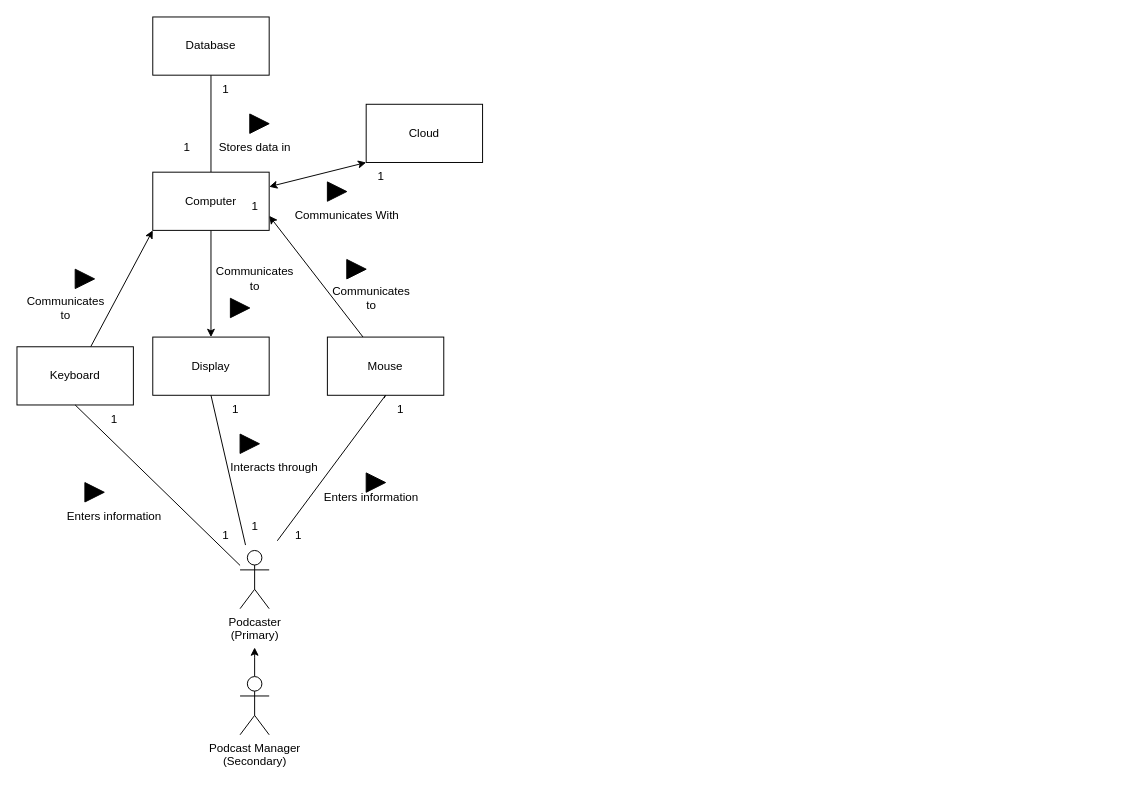
The draw.io diagram D3-SystemContextClassModel/systemcontext.drawio in Glizzus/COMP-3700, before the edit. Source tidied: cells renumbered, new cells numbered last; positions are measured from the earlier drawing's top-left corner, leaving out a move shared by most shapes. Both pictures are drawn from the tidied source at 97%, with x=0, y=0 at pixel (16, 16).
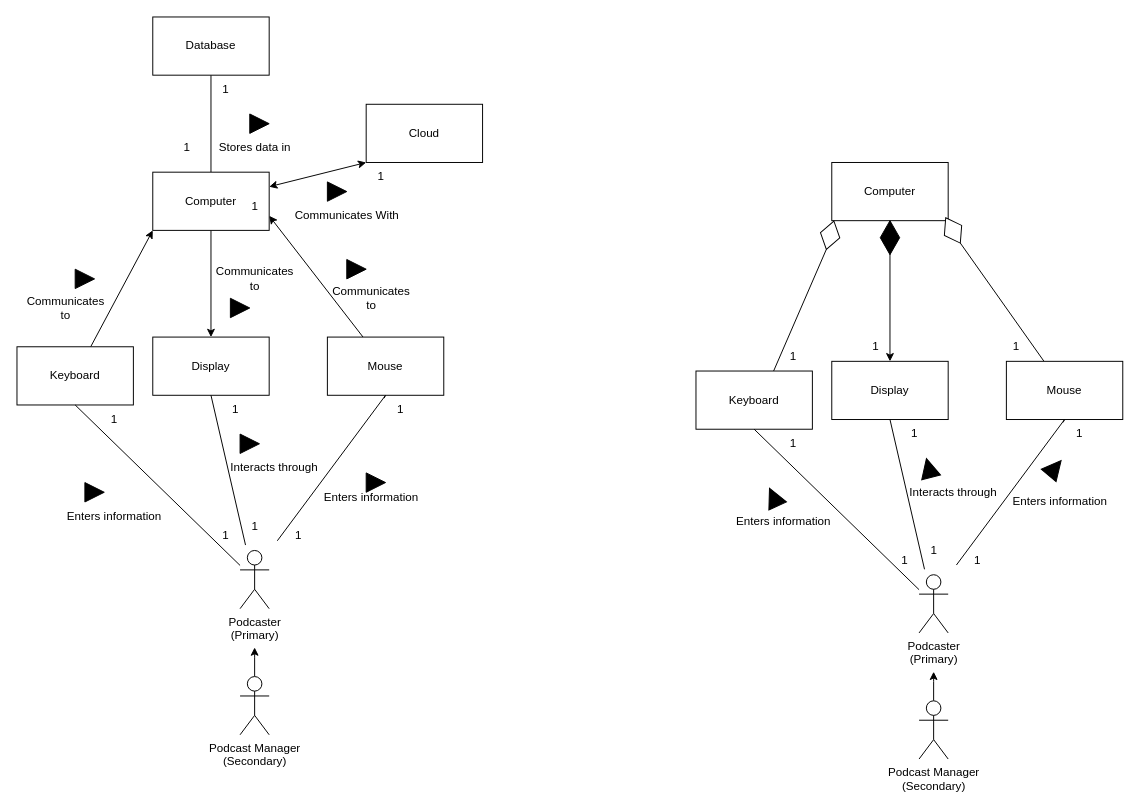
The same diagram, later.

Commit message:
copied old diagram over to system context

Change to the diagram source:
```diff
@@
+    <mxCell id="47" style="rounded=0;orthogonalLoop=1;jettySize=auto;html=1;entryX=0.5;entryY=1;entryDx=0;entryDy=0;endArrow=none;endFill=0;" parent="1" edge="1">
+      <mxGeometry relative="1" as="geometry">
+        <mxPoint x="1078.5" y="418" as="sourcePoint" />
+        <mxPoint x="1080" y="415" as="targetPoint" />
+      </mxGeometry>
+    </mxCell>
+    <mxCell id="48" value="Podcaster&lt;br&gt;(Primary)" style="shape=umlActor;verticalLabelPosition=bottom;verticalAlign=top;html=1;outlineConnect=0;" parent="1" vertex="1">
+      <mxGeometry x="930" y="575" width="30" height="60" as="geometry" />
+    </mxCell>
+    <mxCell id="49" value="1" style="text;html=1;align=center;verticalAlign=middle;strokeColor=none;fillColor=none;" parent="1" vertex="1">
+      <mxGeometry x="900" y="545" width="30" height="30" as="geometry" />
+    </mxCell>
+    <mxCell id="50" value="1" style="text;html=1;align=center;verticalAlign=middle;points=[];strokeColor=none;fillColor=none;" parent="1" vertex="1">
+      <mxGeometry x="930" y="535" width="30" height="30" as="geometry" />
+    </mxCell>
+    <mxCell id="51" value="1" style="text;html=1;align=center;verticalAlign=middle;strokeColor=none;fillColor=none;" parent="1" vertex="1">
+      <mxGeometry x="975" y="545" width="30" height="30" as="geometry" />
+    </mxCell>
+    <mxCell id="52" style="rounded=0;jettySize=auto;html=1;entryX=0.5;entryY=1;entryDx=0;entryDy=0;exitX=0.667;exitY=0;exitDx=0;exitDy=0;exitPerimeter=0;endArrow=none;endFill=0;" parent="1" edge="1" source="53" target="78">
+      <mxGeometry relative="1" as="geometry" />
+    </mxCell>
+    <mxCell id="53" value="Keyboard" style="rounded=0;whiteSpace=wrap;html=1;" parent="1" vertex="1">
+      <mxGeometry x="700" y="365" width="120" height="60" as="geometry" />
+    </mxCell>
+    <mxCell id="54" style="rounded=0;jettySize=auto;html=1;entryX=0.5;entryY=1;entryDx=0;entryDy=0;endArrow=none;endFill=0;" parent="1" edge="1" source="55" target="79">
+      <mxGeometry relative="1" as="geometry" />
+    </mxCell>
+    <mxCell id="55" value="Mouse" style="rounded=0;whiteSpace=wrap;html=1;" parent="1" vertex="1">
+      <mxGeometry x="1020" y="355" width="120" height="60" as="geometry" />
+    </mxCell>
+    <mxCell id="56" style="edgeStyle=orthogonalEdgeStyle;rounded=0;orthogonalLoop=1;jettySize=auto;html=1;entryX=1;entryY=0;entryDx=0;entryDy=0;" parent="1" edge="1" source="57" target="57">
+      <mxGeometry relative="1" as="geometry">
+        <Array as="points">
+          <mxPoint x="940" y="355" />
+        </Array>
+      </mxGeometry>
+    </mxCell>
+    <mxCell id="57" value="Display" style="rounded=0;whiteSpace=wrap;html=1;" parent="1" vertex="1">
+      <mxGeometry x="840" y="355" width="120" height="60" as="geometry" />
+    </mxCell>
+    <mxCell id="58" value="Enters information" style="text;html=1;align=center;verticalAlign=middle;strokeColor=none;fillColor=none;" parent="1" vertex="1">
+      <mxGeometry x="730" y="505" width="120" height="30" as="geometry" />
+    </mxCell>
+    <mxCell id="59" value="Enters information" style="text;html=1;align=center;verticalAlign=middle;strokeColor=none;fillColor=none;" parent="1" vertex="1">
+      <mxGeometry x="1015" y="485" width="120" height="30" as="geometry" />
+    </mxCell>
+    <mxCell id="60" style="rounded=0;jettySize=auto;html=1;entryX=0.5;entryY=1;entryDx=0;entryDy=0;endArrow=none;endFill=0;exitX=0.187;exitY=1.147;exitDx=0;exitDy=0;exitPerimeter=0;" parent="1" edge="1" source="50" target="57">
+      <mxGeometry relative="1" as="geometry" />
+    </mxCell>
+    <mxCell id="61" style="rounded=0;jettySize=auto;html=1;endArrow=none;endFill=0;exitX=0.5;exitY=1;exitDx=0;exitDy=0;" parent="1" edge="1" source="53" target="48">
+      <mxGeometry relative="1" as="geometry" />
+    </mxCell>
+    <mxCell id="62" style="rounded=0;jettySize=auto;html=1;entryX=0.5;entryY=1;entryDx=0;entryDy=0;endArrow=none;endFill=0;" parent="1" edge="1" target="55">
+      <mxGeometry relative="1" as="geometry">
+        <mxPoint x="968.5" y="565" as="sourcePoint" />
+      </mxGeometry>
+    </mxCell>
+    <mxCell id="63" style="edgeStyle=orthogonalEdgeStyle;rounded=0;jettySize=auto;html=1;entryX=0.5;entryY=0;entryDx=0;entryDy=0;" parent="1" edge="1" source="64" target="57">
+      <mxGeometry relative="1" as="geometry" />
+    </mxCell>
+    <mxCell id="64" value="Computer" style="rounded=0;whiteSpace=wrap;html=1;" parent="1" vertex="1">
+      <mxGeometry x="840" y="150" width="120" height="60" as="geometry" />
+    </mxCell>
+    <mxCell id="65" style="edgeStyle=orthogonalEdgeStyle;rounded=0;jettySize=auto;html=1;" parent="1" edge="1" source="66">
+      <mxGeometry relative="1" as="geometry">
+        <mxPoint x="945" y="675" as="targetPoint" />
+      </mxGeometry>
+    </mxCell>
+    <mxCell id="66" value="Podcast Manager&lt;br&gt;(Secondary)" style="shape=umlActor;verticalLabelPosition=bottom;verticalAlign=top;html=1;outlineConnect=0;" parent="1" vertex="1">
+      <mxGeometry x="930" y="705" width="30" height="60" as="geometry" />
+    </mxCell>
+    <mxCell id="67" style="triangle;whiteSpace=wrap;html=1;fillColor=#000000;rotation=-115;" parent="1" vertex="1">
+      <mxGeometry x="770" y="485" width="20" height="20" as="geometry" />
+    </mxCell>
+    <mxCell id="68" style="triangle;whiteSpace=wrap;html=1;fillColor=#000000;rotation=-50;" parent="1" vertex="1">
+      <mxGeometry x="1060" y="455" width="20" height="20" as="geometry" />
+    </mxCell>
+    <mxCell id="69" style="triangle;whiteSpace=wrap;html=1;fillColor=#000000;rotation=-104;" parent="1" vertex="1">
+      <mxGeometry x="930" y="455" width="20" height="20" as="geometry" />
+    </mxCell>
+    <mxCell id="70" value="Interacts through" style="text;html=1;align=center;verticalAlign=middle;strokeColor=none;fillColor=none;" parent="1" vertex="1">
+      <mxGeometry x="910" y="475" width="110" height="30" as="geometry" />
+    </mxCell>
+    <mxCell id="71" value="1" style="text;html=1;align=center;verticalAlign=middle;strokeColor=none;fillColor=none;" parent="1" vertex="1">
+      <mxGeometry x="785" y="425" width="30" height="30" as="geometry" />
+    </mxCell>
+    <mxCell id="72" value="1" style="text;html=1;align=center;verticalAlign=middle;strokeColor=none;fillColor=none;" parent="1" vertex="1">
+      <mxGeometry x="1080" y="415" width="30" height="30" as="geometry" />
+    </mxCell>
+    <mxCell id="73" value="1" style="text;html=1;align=center;verticalAlign=middle;strokeColor=none;fillColor=none;" parent="1" vertex="1">
+      <mxGeometry x="910" y="415" width="30" height="30" as="geometry" />
+    </mxCell>
+    <mxCell id="74" value="1" style="text;html=1;align=center;verticalAlign=middle;strokeColor=none;fillColor=none;" parent="1" vertex="1">
+      <mxGeometry x="785" y="335" width="30" height="30" as="geometry" />
+    </mxCell>
+    <mxCell id="75" value="1" style="text;html=1;align=center;verticalAlign=middle;strokeColor=none;fillColor=none;" parent="1" vertex="1">
+      <mxGeometry x="870" y="325" width="30" height="30" as="geometry" />
+    </mxCell>
+    <mxCell id="76" value="1" style="text;html=1;align=center;verticalAlign=middle;strokeColor=none;fillColor=none;" parent="1" vertex="1">
+      <mxGeometry x="1015" y="325" width="30" height="30" as="geometry" />
+    </mxCell>
+    <mxCell id="77" style="rhombus;whiteSpace=wrap;html=1;fillColor=#000000;rotation=0;" parent="1" vertex="1">
+      <mxGeometry x="890" y="210" width="20" height="35" as="geometry" />
+    </mxCell>
+    <mxCell id="78" style="rhombus;whiteSpace=wrap;html=1;fillColor=#FFFFFF;rotation=15;" parent="1" vertex="1">
+      <mxGeometry x="828" y="210" width="20.6" height="30.1" as="geometry" />
+    </mxCell>
+    <mxCell id="79" style="rhombus;whiteSpace=wrap;html=1;fillColor=#FFFFFF;rotation=-30;" parent="1" vertex="1">
+      <mxGeometry x="954.7" y="205" width="20.6" height="30.1" as="geometry" />
+    </mxCell>
```
